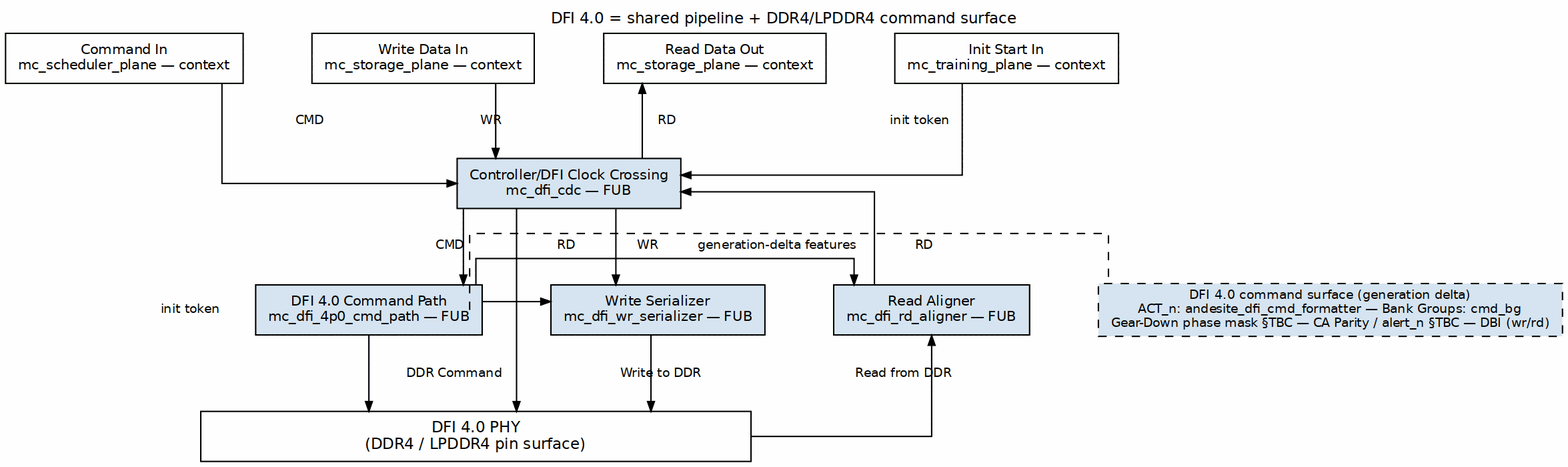
sean-galloway/RTLDesignSherpa keeps this Graphviz diagram as projects/components/mem-ctrl-ip/common-ip/docs/common_mas/assets/graphviz/08_mc_dfi_4p0_plane.png. Above is the earlier version. Its source is kept beside it as projects/components/mem-ctrl-ip/common-ip/docs/common_mas/assets/graphviz/08_mc_dfi_4p0_plane.dot.
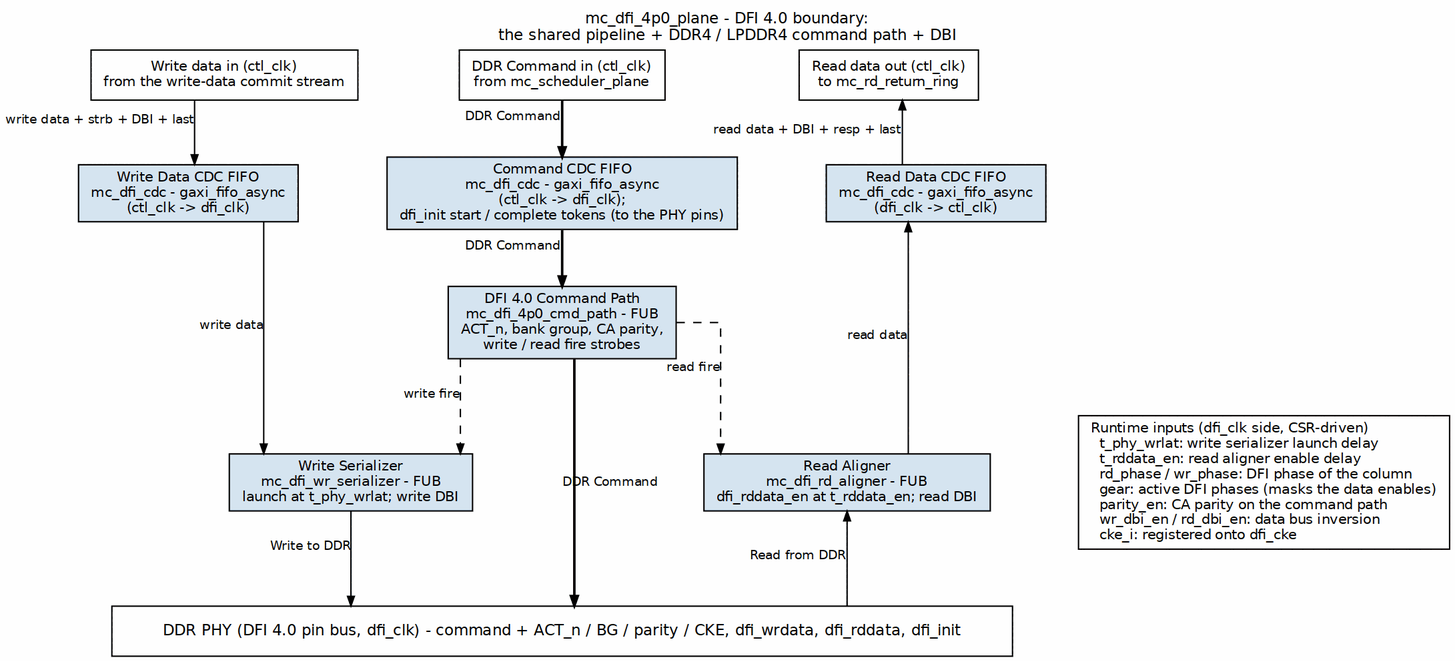
Above is the later version.

Diff of the diagram source:
```diff
@@ -1,57 +1,44 @@
 digraph mc_dfi_4p0_plane {
     graph [rankdir=TB, bgcolor="white", fontname="Helvetica", fontsize=11,
-           nodesep="0.35", ranksep="0.60", splines=ortho,
-           label="DFI 4.0 = shared pipeline + DDR4/LPDDR4 command surface",
-           labelloc=t, labeljust=c];
+           nodesep="0.45", ranksep="0.55", splines=ortho,
+           label="mc_dfi_4p0_plane - DFI 4.0 boundary:\nthe shared pipeline + DDR4 / LPDDR4 command path + DBI", labelloc=t, labeljust=c];
     node  [fontname="Helvetica", fontsize=10, shape=box, style=filled,
            fillcolor="#D6E4F0", color="black", margin="0.12,0.06"];
     edge  [fontname="Helvetica", fontsize=9, color="black", arrowsize=0.7];
 
-    cmd_in  [label="Command In\nmc_scheduler_plane — context", fillcolor="white"];
-    wd_in   [label="Write Data In\nmc_storage_plane — context", fillcolor="white"];
-    rd_out  [label="Read Data Out\nmc_storage_plane — context", fillcolor="white"];
-    init_in [label="Init Start In\nmc_training_plane — context", fillcolor="white"];
+    p_wd  [label="Write data in (ctl_clk)\nfrom the write-data commit stream", fillcolor="white"];
+    p_cmd [label="DDR Command in (ctl_clk)\nfrom mc_scheduler_plane", fillcolor="white"];
+    p_rd  [label="Read data out (ctl_clk)\nto mc_rd_return_ring", fillcolor="white"];
+    legend [label="Runtime inputs (dfi_clk side, CSR-driven)\l  t_phy_wrlat: write serializer launch delay\l  t_rddata_en: read aligner enable delay\l  rd_phase / wr_phase: DFI phase of the column\l  gear: active DFI phases (masks the data enables)\l  parity_en: CA parity on the command path\l  wr_dbi_en / rd_dbi_en: data bus inversion\l  cke_i: registered onto dfi_cke\l", fillcolor="white"];
 
-    phy [label="DFI 4.0 PHY\n(DDR4 / LPDDR4 pin surface)", fillcolor="white",
-         rank=sink, width=5.5, fontsize=11];
+    cdc_wd  [label="Write Data CDC FIFO\nmc_dfi_cdc - gaxi_fifo_async\n(ctl_clk -> dfi_clk)"];
+    cdc_cmd [label="Command CDC FIFO\nmc_dfi_cdc - gaxi_fifo_async\n(ctl_clk -> dfi_clk);\ndfi_init start / complete tokens (to the PHY pins)"];
+    cdc_rd  [label="Read Data CDC FIFO\nmc_dfi_cdc - gaxi_fifo_async\n(dfi_clk -> ctl_clk)"];
 
-    cdc      [label="Controller/DFI Clock Crossing\nmc_dfi_cdc — FUB"];
-    cmd_path [label="DFI 4.0 Command Path\nmc_dfi_4p0_cmd_path — FUB"];
-    wr_ser   [label="Write Serializer\nmc_dfi_wr_serializer — FUB"];
-    rd_align [label="Read Aligner\nmc_dfi_rd_aligner — FUB"];
+    cmd_path [label="DFI 4.0 Command Path\nmc_dfi_4p0_cmd_path - FUB\nACT_n, bank group, CA parity,\nwrite / read fire strobes"];
+    wr_ser   [label="Write Serializer\nmc_dfi_wr_serializer - FUB\nlaunch at t_phy_wrlat; write DBI"];
+    rd_al    [label="Read Aligner\nmc_dfi_rd_aligner - FUB\ndfi_rddata_en at t_rddata_en; read DBI"];
 
-    surface [label="DFI 4.0 command surface (generation delta)\nACT_n: andesite_dfi_cmd_formatter — Bank Groups: cmd_bg\nGear-Down phase mask §TBC — CA Parity / alert_n §TBC — DBI (wr/rd)",
-             fontsize=9, style="filled,dashed"];
+    bar [label="DDR PHY (DFI 4.0 pin bus, dfi_clk) - command + ACT_n / BG / parity / CKE, dfi_wrdata, dfi_rddata, dfi_init", fillcolor="white", width=9, height=0.5, fontsize=11];
 
-    cmd_in  -> cdc [label="CMD"];
-    wd_in   -> cdc [label="WR"];
-    init_in -> cdc [label="init token"];
+    p_wd   -> cdc_wd [xlabel="write data + strb + DBI + last"];
+    cdc_wd -> wr_ser [xlabel="write data"];
+    wr_ser -> bar    [xlabel="Write to DDR"];
 
-    cdc -> cmd_path [label="CMD"];
-    cdc -> wr_ser   [label="WR"];
+    p_cmd    -> cdc_cmd  [penwidth=1.8, xlabel="DDR Command"];
+    cdc_cmd  -> cmd_path [penwidth=1.8, xlabel="DDR Command"];
+    cmd_path -> bar      [penwidth=1.8, label="DDR Command"];
+    cmd_path -> wr_ser   [style=dashed, xlabel="write fire"];
+    cmd_path -> rd_al    [style=dashed, xlabel="read fire"];
 
-    cmd_path -> wr_ser   [label="WR"];
-    cmd_path -> rd_align [label="RD"];
+    p_rd   -> cdc_rd [dir=back, xlabel="read data + DBI + resp + last"];
+    cdc_rd -> rd_al  [dir=back, xlabel="read data"];
+    rd_al  -> bar    [dir=back, xlabel="Read from DDR"];
 
-    rd_align -> cdc [label="RD"];
-    cdc -> rd_out   [label="RD"];
-
-    cdc -> phy [label="init token"];
-
-    cmd_path -> phy [label="DDR Command"];
-    wr_ser   -> phy [label="Write to DDR"];
-    rd_align -> phy [dir=back, label="Read from DDR"];
-
-    cmd_path:e -> surface:n [style=dashed, arrowhead=none, constraint=false,
-                             label="generation-delta features"];
-
-    { rank=same; cmd_in; wd_in; rd_out; init_in; }
-    cmd_in -> wd_in  [style=invis];
-    wd_in  -> rd_out [style=invis];
-    rd_out -> init_in [style=invis];
-
-    { rank=same; cmd_path; wr_ser; rd_align; surface; }
-    cmd_path -> wr_ser   [style=invis];
-    wr_ser   -> rd_align [style=invis];
-    rd_align -> surface  [style=invis];
+    { rank=same; p_wd; p_cmd; p_rd;  }
+    { rank=same; cdc_wd; cdc_cmd; cdc_rd;  }
+    { rank=same; wr_ser; rd_al; legend; }
+    p_wd -> p_cmd -> p_rd [style=invis];
+    cdc_wd -> cdc_cmd -> cdc_rd [style=invis];
+    wr_ser -> rd_al -> legend [style=invis];
 }
```
